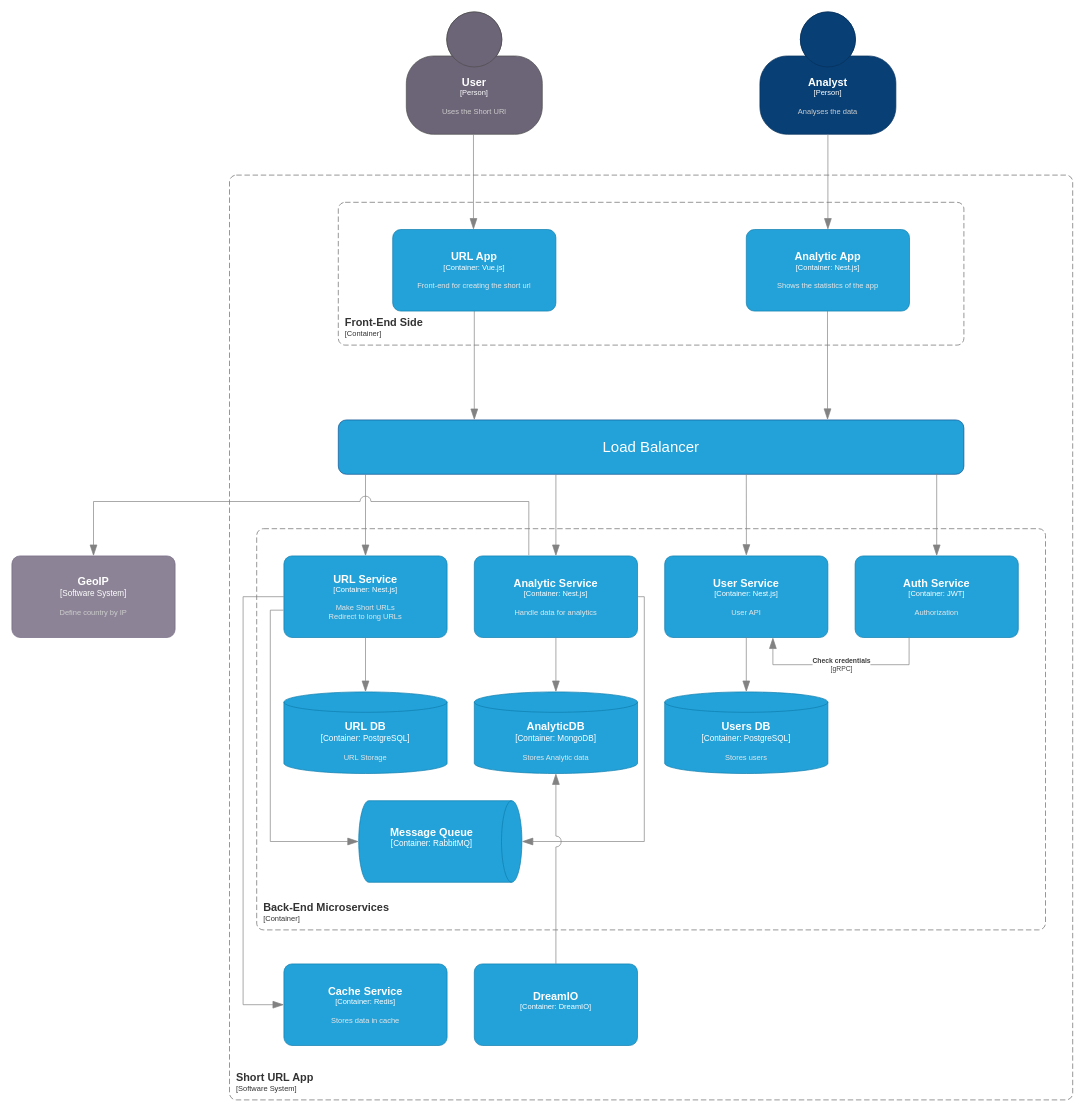
Earlier version of the draw.io diagram page "Container" (2 of 2) of docs/c4/c4-diagrams.drawio (Janitor93/short-url). Source tidied: cells renumbered, new cells numbered last; positions are measured from the earlier drawing's top-left corner, leaving out a move shared by most shapes. Both pictures are drawn from the tidied source at 68%, with x=0, y=0 at pixel (12, 12).
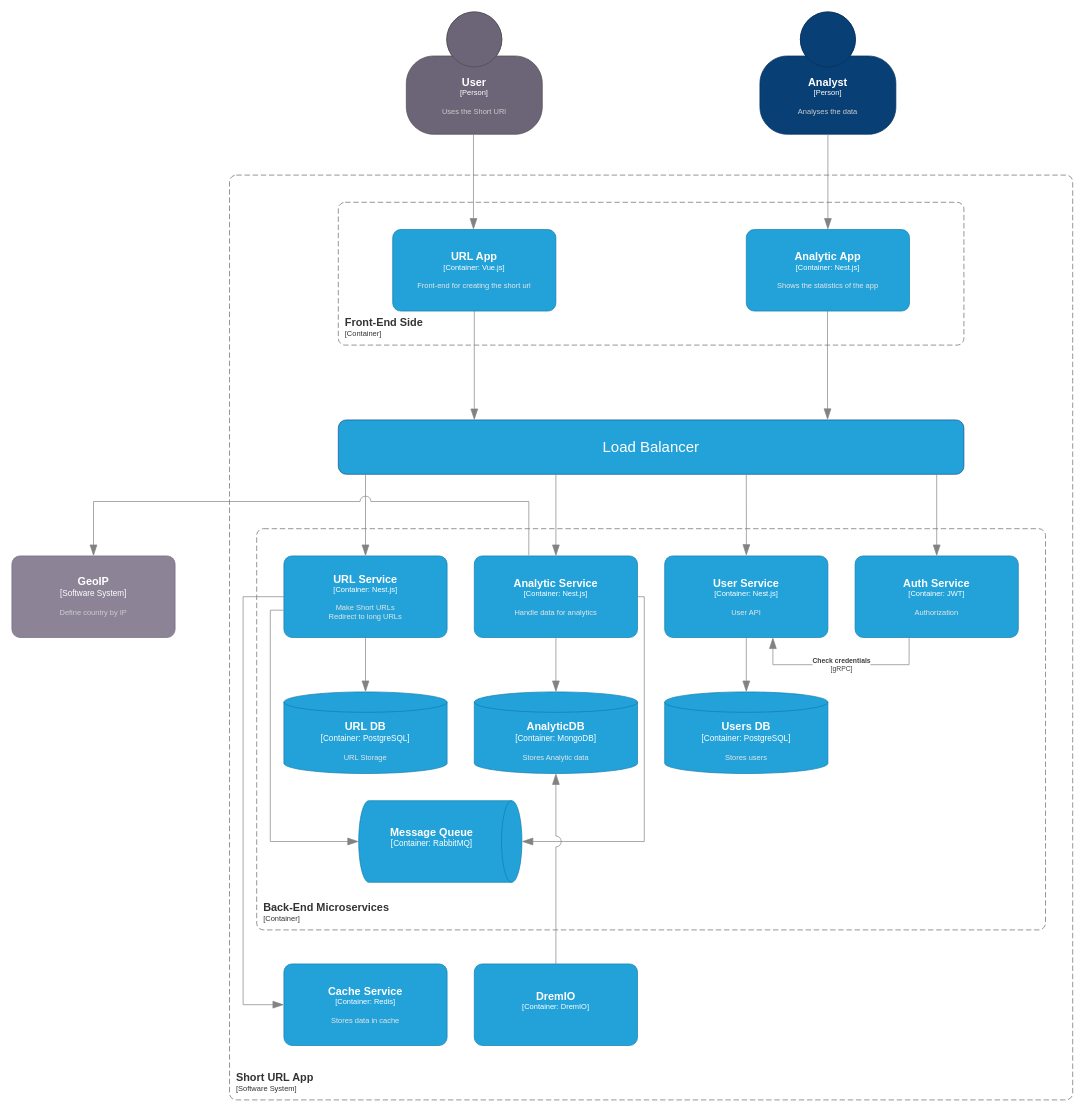
The same page after the edit.

The edit, as a diff of the source:
```diff
@@
-    <object id="31" label="&lt;font style=&quot;font-size: 16px&quot;&gt;&lt;b&gt;%c4Name%&lt;/b&gt;&lt;/font&gt;&lt;div&gt;[%c4Type%: %c4Technology%]&lt;/div&gt;&lt;br&gt;&lt;div&gt;&lt;font style=&quot;font-size: 11px&quot;&gt;&lt;font color=&quot;#E6E6E6&quot;&gt;%c4Description%&lt;/font&gt;&lt;/div&gt;" c4Description="" c4Name="DreamIO" c4Technology="DreamIO" c4Type="Container" placeholders="1">
+    <object id="31" label="&lt;font style=&quot;font-size: 16px&quot;&gt;&lt;b&gt;%c4Name%&lt;/b&gt;&lt;/font&gt;&lt;div&gt;[%c4Type%: %c4Technology%]&lt;/div&gt;&lt;br&gt;&lt;div&gt;&lt;font style=&quot;font-size: 11px&quot;&gt;&lt;font color=&quot;#E6E6E6&quot;&gt;%c4Description%&lt;/font&gt;&lt;/div&gt;" c4Description="" c4Name="DremIO" c4Technology="DremIO" c4Type="Container" placeholders="1">
       <mxCell style="rounded=1;whiteSpace=wrap;html=1;fontSize=11;labelBackgroundColor=none;fillColor=#23A2D9;fontColor=#ffffff;align=center;arcSize=10;strokeColor=#0E7DAD;points=[[0.25,0,0],[0.5,0,0],[0.75,0,0],[1,0.25,0],[1,0.5,0],[1,0.75,0],[0.75,1,0],[0.5,1,0],[0.25,1,0],[0,0.75,0],[0,0.5,0],[0,0.25,0]];" parent="1" vertex="1">
         <mxGeometry x="680" y="1400" width="240" height="120" as="geometry" />
       </mxCell>
     </object>
```
